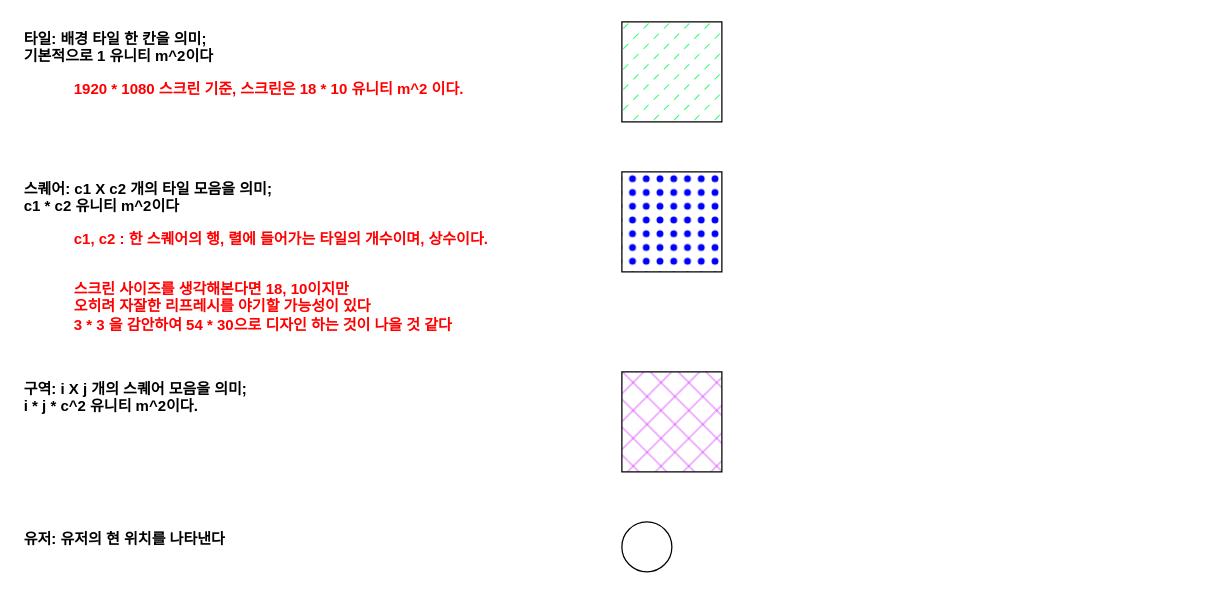
The draw.io diagram page "Definition of Words" (2 of 6) of documents/Overall System For Map system.drawio in VanSubstance/To-the-North, before the edit. Source tidied: cells renumbered, new cells numbered last; positions are measured from the earlier drawing's top-left corner, leaving out a move shared by most shapes. Both pictures are drawn from the tidied source at 125%, with x=0, y=0 at pixel (21, 21).
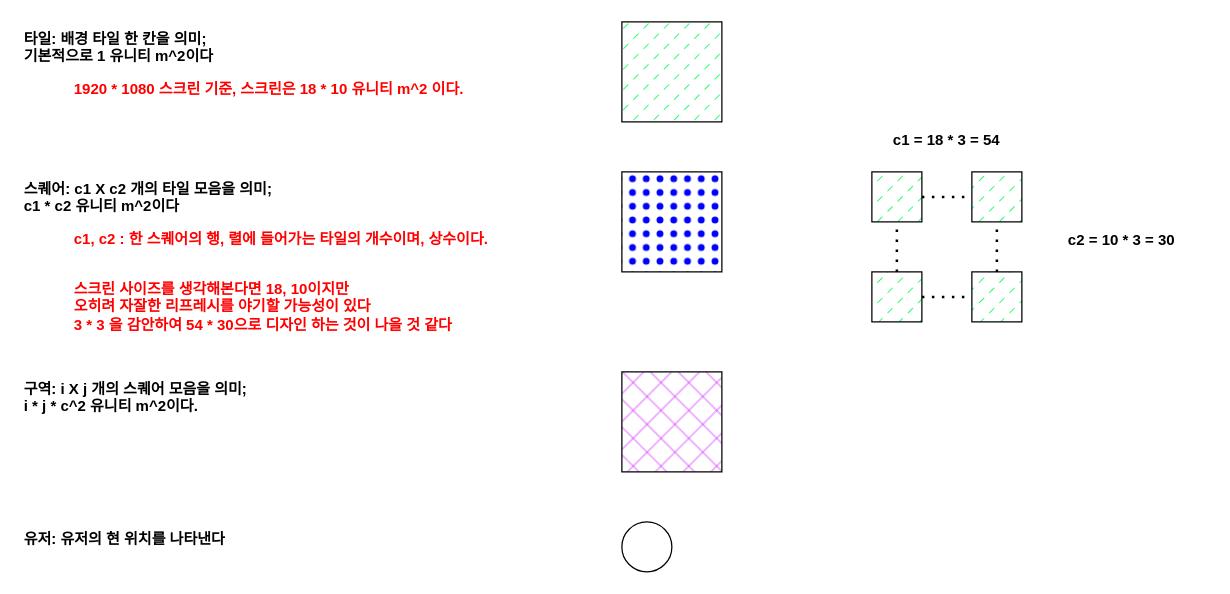
The same page after the edit.

Diff of the diagram source:
```diff
@@
+    <mxCell id="13" value="c2 = 10 * 3 = 30" style="text;html=1;strokeColor=none;fillColor=none;align=center;verticalAlign=middle;whiteSpace=wrap;rounded=0;fontStyle=1;" parent="1" vertex="1">
+      <mxGeometry x="810" y="160" width="140" height="30" as="geometry" />
+    </mxCell>
+    <mxCell id="14" style="whiteSpace=wrap;html=1;fillStyle=dashed;fillColor=#19FF66;" parent="1" vertex="1">
+      <mxGeometry x="680" y="120" width="40" height="40" as="geometry" />
+    </mxCell>
+    <mxCell id="15" style="whiteSpace=wrap;html=1;fillStyle=dashed;fillColor=#19FF66;" parent="1" vertex="1">
+      <mxGeometry x="760" y="120" width="40" height="40" as="geometry" />
+    </mxCell>
+    <mxCell id="16" style="whiteSpace=wrap;html=1;fillStyle=dashed;fillColor=#19FF66;" parent="1" vertex="1">
+      <mxGeometry x="680" y="200" width="40" height="40" as="geometry" />
+    </mxCell>
+    <mxCell id="17" style="whiteSpace=wrap;html=1;fillStyle=dashed;fillColor=#19FF66;" parent="1" vertex="1">
+      <mxGeometry x="760" y="200" width="40" height="40" as="geometry" />
+    </mxCell>
+    <mxCell id="18" value="c1 = 18 * 3 = 54" style="text;html=1;strokeColor=none;fillColor=none;align=center;verticalAlign=middle;whiteSpace=wrap;rounded=0;fontStyle=1;" parent="1" vertex="1">
+      <mxGeometry x="660" y="80" width="160" height="30" as="geometry" />
+    </mxCell>
+    <mxCell id="19" style="endArrow=none;dashed=1;html=1;dashPattern=1 3;strokeWidth=2;rounded=0;" parent="1" edge="1" source="14" target="15">
+      <mxGeometry relative="1" as="geometry" />
+    </mxCell>
+    <mxCell id="20" style="endArrow=none;dashed=1;html=1;dashPattern=1 3;strokeWidth=2;rounded=0;" parent="1" edge="1" source="17" target="15">
+      <mxGeometry relative="1" as="geometry" />
+    </mxCell>
+    <mxCell id="21" style="endArrow=none;dashed=1;html=1;dashPattern=1 3;strokeWidth=2;rounded=0;" parent="1" edge="1" source="16" target="17">
+      <mxGeometry relative="1" as="geometry" />
+    </mxCell>
+    <mxCell id="22" style="endArrow=none;dashed=1;html=1;dashPattern=1 3;strokeWidth=2;rounded=0;" parent="1" edge="1" source="16" target="14">
+      <mxGeometry relative="1" as="geometry" />
+    </mxCell>
```
